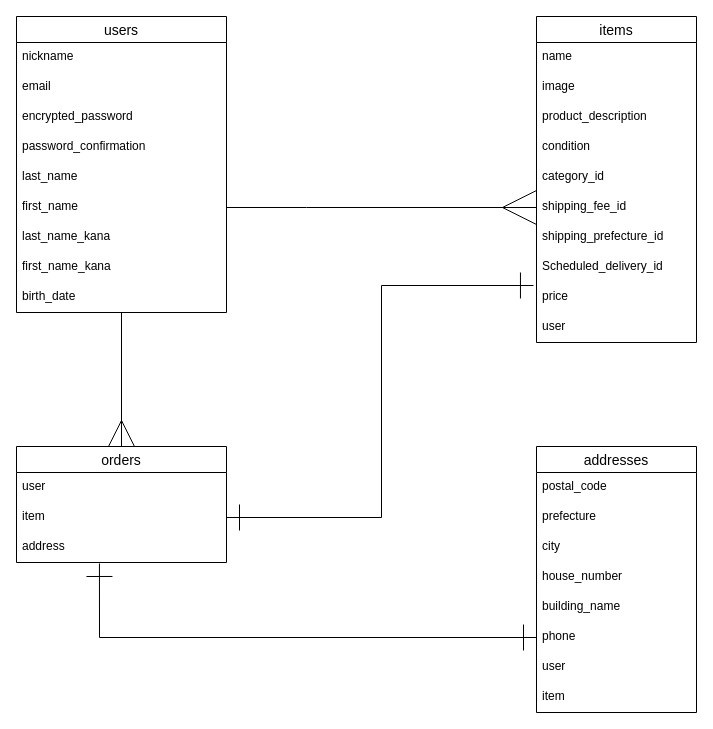
Earlier version of the draw.io diagram .dio (hujiohujio/furima-31735). Source tidied: cells renumbered, new cells numbered last; positions are measured from the earlier drawing's top-left corner, leaving out a move shared by most shapes. Both pictures are drawn from the tidied source at 100%, with x=0, y=0 at pixel (16, 16).
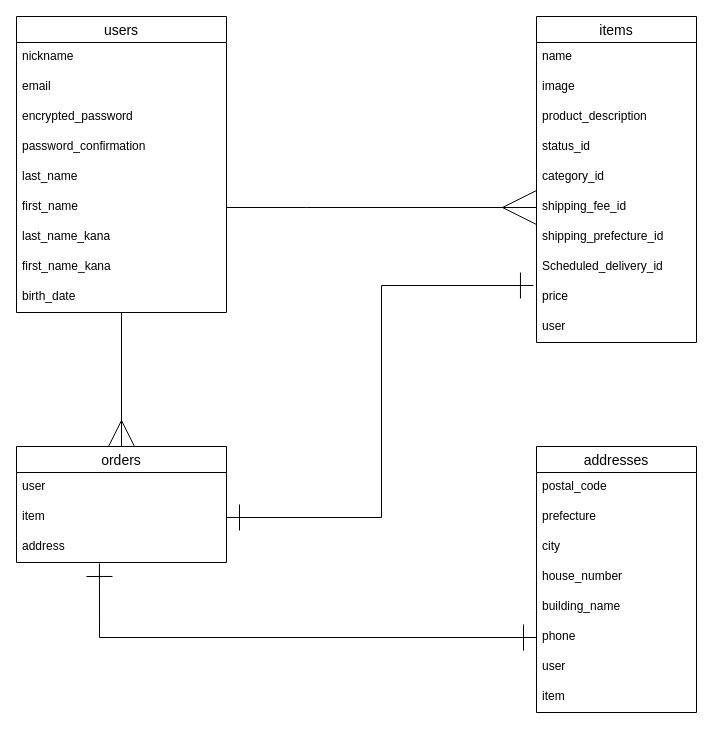
After the change.

The change refers to these unchanged cells:
```xml
<mxCell id="13" value="items" style="swimlane;fontStyle=0;horizontal=1;startSize=26;align=center;fontSize=14;" parent="1" vertex="1">
  <mxGeometry x="520" width="160" height="326" as="geometry" />
</mxCell>
```

The edit, as a diff of the source:
```diff
@@
-    <mxCell id="17" value="condition" style="text;strokeColor=none;fillColor=none;spacingLeft=4;spacingRight=4;overflow=hidden;fontSize=12;" parent="13" vertex="1">
+    <mxCell id="17" value="status_id" style="text;strokeColor=none;fillColor=none;spacingLeft=4;spacingRight=4;overflow=hidden;fontSize=12;" parent="13" vertex="1">
       <mxGeometry y="116" width="160" height="30" as="geometry" />
     </mxCell>
```
